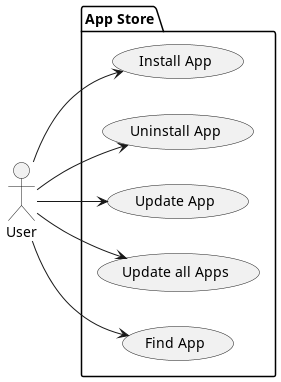
Before: build/appstore_usecases-0.png, a diagram exported from PlantUML (notfirefox/swea-project).
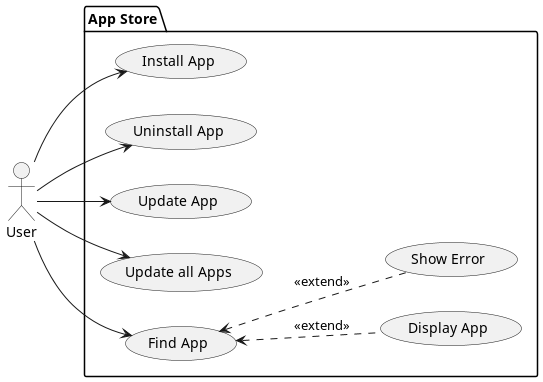
After the commit.

Commit message:
Update use case diagram

Change to the diagram source:
```diff
@@ -11,11 +11,17 @@
     usecase "Update all Apps" as updateAll
     usecase "Find App" as findApp
 
+    usecase "Display App" as displayApp
+    usecase "Show Error" as showError
+
     user -> install
     user --> uninstall
     user --> update
     user --> updateAll
     user --> findApp
+
+    findApp <.. displayApp : <<extend>>
+    findApp <.. showError : <<extend>>
 }
 
 @enduml
```
